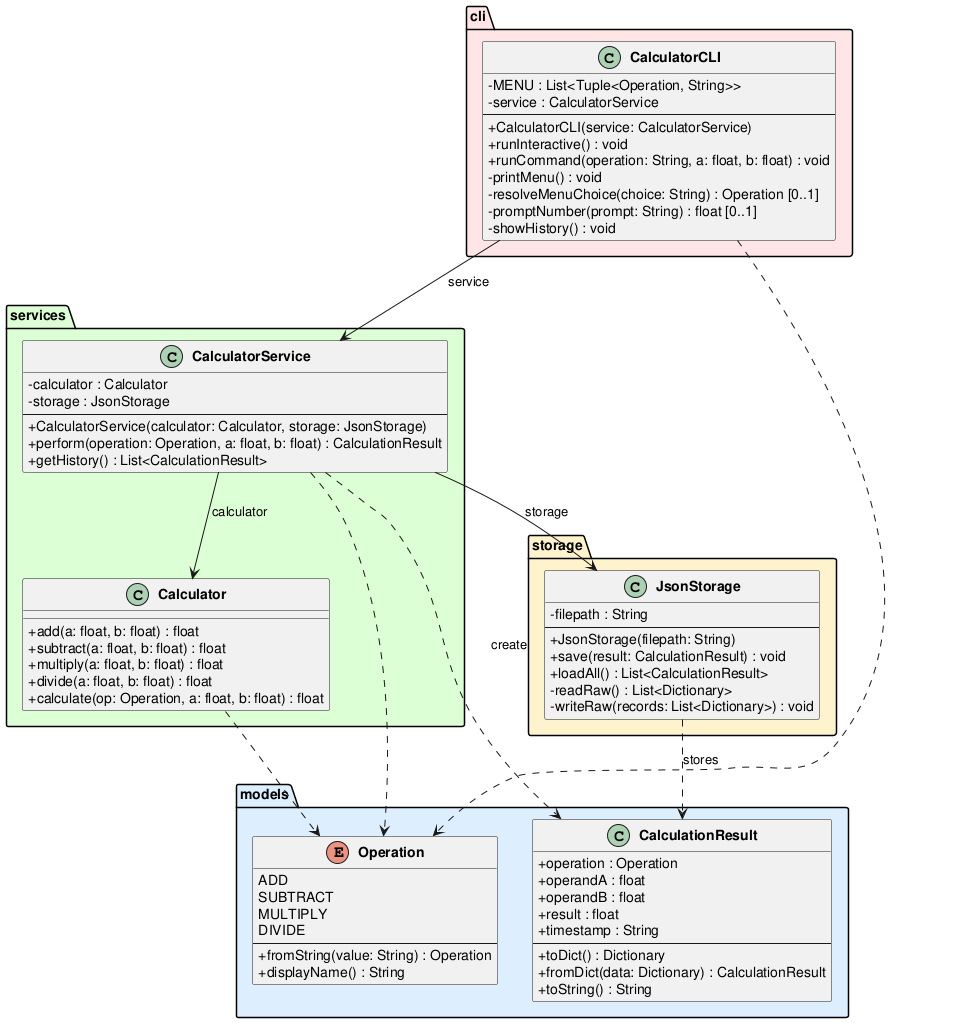
Above: experiments/supervisor_as_tools/structured_text/calculator/artifacts/class_diagram.png in DanielRiha8906/Software_autoevolution_using_agents (PlantUML), before the change. The source it was exported from:
```plantuml
@startuml class_diagram

skinparam classAttributeIconSize 0
skinparam classFontStyle bold

package "models" #DDEEFF {
    enum Operation {
        ADD
        SUBTRACT
        MULTIPLY
        DIVIDE
        --
        +fromString(value: String) : Operation
        +displayName() : String
    }

    class CalculationResult {
        +operation : Operation
        +operandA : float
        +operandB : float
        +result : float
        +timestamp : String
        --
        +toDict() : Dictionary
        +fromDict(data: Dictionary) : CalculationResult
        +toString() : String
    }
}

package "services" #DDFFD4 {
    class Calculator {
        +add(a: float, b: float) : float
        +subtract(a: float, b: float) : float
        +multiply(a: float, b: float) : float
        +divide(a: float, b: float) : float
        +calculate(op: Operation, a: float, b: float) : float
    }

    class CalculatorService {
        -calculator : Calculator
        -storage : JsonStorage
        --
        +CalculatorService(calculator: Calculator, storage: JsonStorage)
        +perform(operation: Operation, a: float, b: float) : CalculationResult
        +getHistory() : List<CalculationResult>
    }
}

package "storage" #FFF3CC {
    class JsonStorage {
        -filepath : String
        --
        +JsonStorage(filepath: String)
        +save(result: CalculationResult) : void
        +loadAll() : List<CalculationResult>
        -readRaw() : List<Dictionary>
        -writeRaw(records: List<Dictionary>) : void
    }
}

package "cli" #FFE5E5 {
    class CalculatorCLI {
        -MENU : List<Tuple<Operation, String>>
        -service : CalculatorService
        --
        +CalculatorCLI(service: CalculatorService)
        +runInteractive() : void
        +runCommand(operation: String, a: float, b: float) : void
        -printMenu() : void
        -resolveMenuChoice(choice: String) : Operation [0..1]
        -promptNumber(prompt: String) : float [0..1]
        -showHistory() : void
    }
}

CalculatorCLI --> CalculatorService : service
CalculatorService --> Calculator : calculator
CalculatorService --> JsonStorage : storage

CalculatorService ..> CalculationResult : create
CalculatorService ..> Operation
CalculatorCLI ..> Operation
Calculator ..> Operation
JsonStorage ..> CalculationResult : stores

@enduml
```
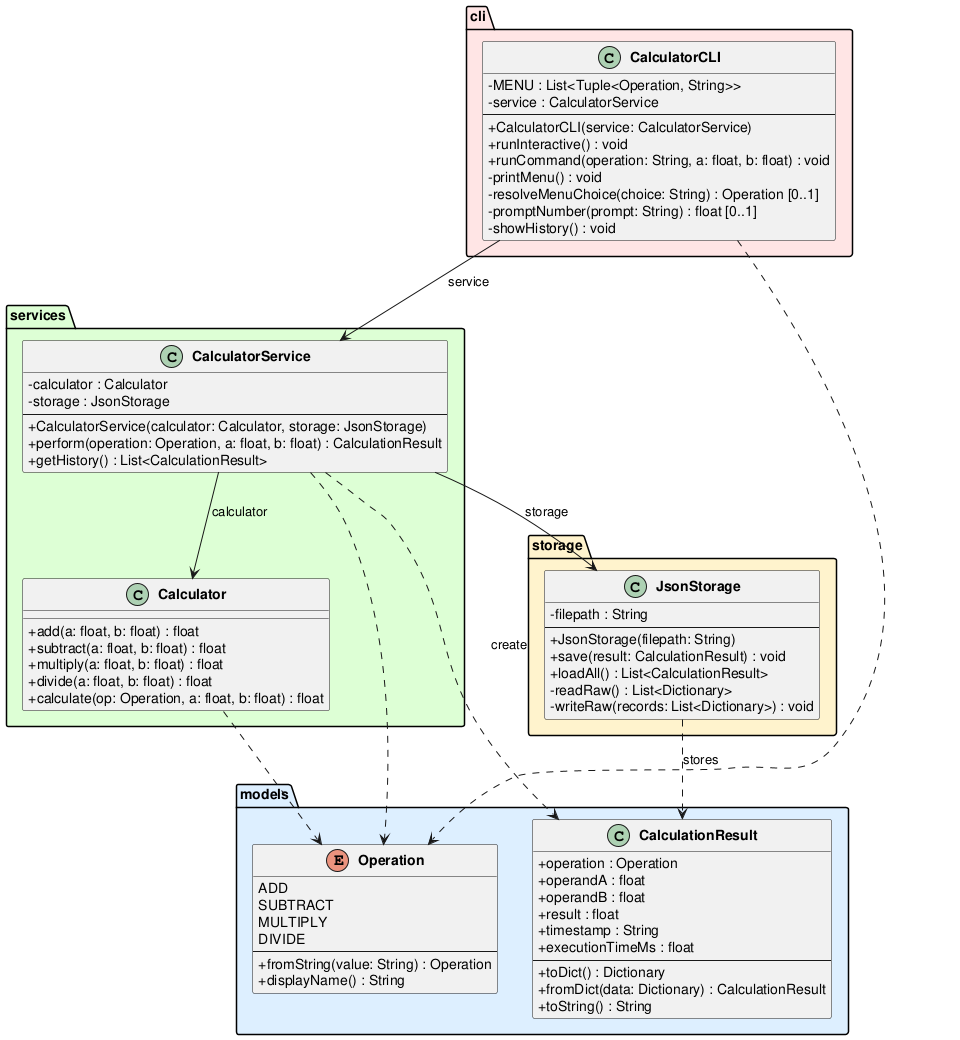
After the commit.

The edit, as a diff of the source:
```diff
@@ -20,6 +20,7 @@
         +operandB : float
         +result : float
         +timestamp : String
+        +executionTimeMs : float
         --
         +toDict() : Dictionary
         +fromDict(data: Dictionary) : CalculationResult
```
